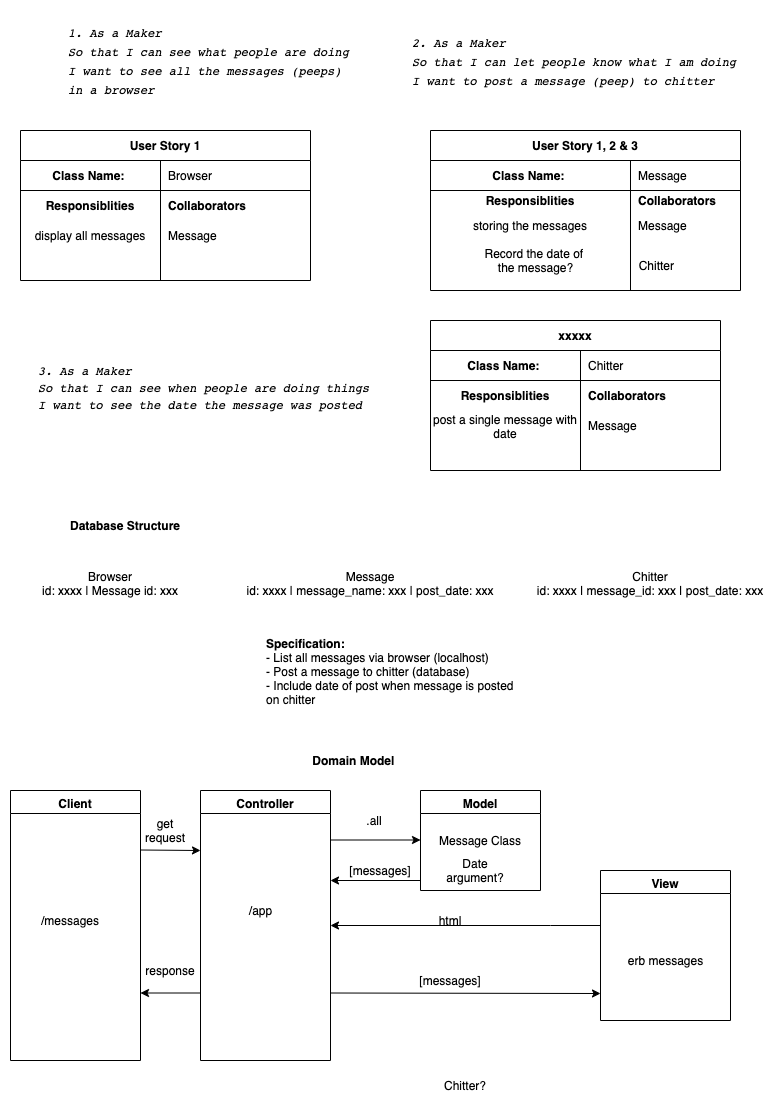
makersacademy/chitter-challenge-apprenticeships keeps this draw.io diagram as diagram.drawio.png. Above is the earlier version. Source tidied: cells renumbered, new cells last; positions are measured from the earlier drawing's top-left corner, leaving out a move shared by most shapes. Source of this version:
```xml
<mxGraphModel>
  <root>
    <mxCell id="0" />
    <mxCell id="1" parent="0" />
    <mxCell id="2" value="User Story 1" style="shape=table;startSize=30;rowLines=0;fontStyle=1;align=center;" parent="1" vertex="1">
      <mxGeometry x="20" y="130" width="290" height="150" as="geometry" />
    </mxCell>
    <mxCell id="3" style="shape=partialRectangle;html=1;whiteSpace=wrap;fillColor=none;top=0;left=0;bottom=1;right=0;" parent="2" vertex="1">
      <mxGeometry y="30" width="290" height="30" as="geometry" />
    </mxCell>
    <mxCell id="4" value="Class Name:&amp;nbsp;" style="shape=partialRectangle;html=1;whiteSpace=wrap;fillColor=none;top=0;left=0;bottom=0;right=0;overflow=hidden;fontStyle=1;" parent="3" vertex="1">
      <mxGeometry width="140" height="30" as="geometry" />
    </mxCell>
    <mxCell id="5" value="Browser" style="shape=partialRectangle;html=1;whiteSpace=wrap;fillColor=none;top=0;left=0;bottom=0;right=0;align=left;spacingLeft=6;overflow=hidden;" parent="3" vertex="1">
      <mxGeometry x="140" width="150" height="30" as="geometry" />
    </mxCell>
    <mxCell id="6" style="shape=partialRectangle;html=1;whiteSpace=wrap;fillColor=none;top=0;left=0;bottom=0;right=0;" parent="2" vertex="1">
      <mxGeometry y="60" width="290" height="30" as="geometry" />
    </mxCell>
    <mxCell id="7" value="Responsiblities" style="shape=partialRectangle;html=1;whiteSpace=wrap;fillColor=none;top=0;left=0;bottom=0;right=0;overflow=hidden;fontStyle=1;" parent="6" vertex="1">
      <mxGeometry width="140" height="30" as="geometry" />
    </mxCell>
    <mxCell id="8" value="Collaborators" style="shape=partialRectangle;html=1;whiteSpace=wrap;fillColor=none;top=0;left=0;bottom=0;right=0;align=left;spacingLeft=6;overflow=hidden;fontStyle=1;" parent="6" vertex="1">
      <mxGeometry x="140" width="150" height="30" as="geometry" />
    </mxCell>
    <mxCell id="9" style="shape=partialRectangle;html=1;whiteSpace=wrap;fillColor=none;top=0;left=0;bottom=0;right=0;" parent="2" vertex="1">
      <mxGeometry y="90" width="290" height="30" as="geometry" />
    </mxCell>
    <mxCell id="10" value="display all messages" style="shape=partialRectangle;html=1;whiteSpace=wrap;fillColor=none;top=0;left=0;bottom=0;right=0;overflow=hidden;" parent="9" vertex="1">
      <mxGeometry width="140" height="30" as="geometry" />
    </mxCell>
    <mxCell id="11" value="Message" style="shape=partialRectangle;html=1;whiteSpace=wrap;fillColor=none;top=0;left=0;bottom=0;right=0;align=left;spacingLeft=6;overflow=hidden;" parent="9" vertex="1">
      <mxGeometry x="140" width="150" height="30" as="geometry" />
    </mxCell>
    <mxCell id="12" value="&lt;pre style=&quot;box-sizing: border-box ; font-size: 13.6px ; margin-top: 0px ; margin-bottom: 16px ; overflow-wrap: normal ; padding: 16px ; overflow: auto ; line-height: 1.45 ; border-radius: 6px ; font-weight: 400 ; letter-spacing: normal ; text-indent: 0px ; text-transform: none ; word-spacing: 0px&quot;&gt;&lt;code style=&quot;box-sizing: border-box ; font-size: 12px ; padding: 0px ; margin: 0px ; background: transparent ; border-radius: 6px ; word-break: normal ; border: 0px ; display: inline ; overflow: visible ; line-height: inherit ; overflow-wrap: normal&quot;&gt;&lt;font color=&quot;#000000&quot; style=&quot;font-size: 12px&quot;&gt;1. As a Maker&lt;br&gt;So that I can see what people are doing&lt;br&gt;I want to see all the messages (peeps)&lt;br&gt;in a browser&lt;/font&gt;&lt;/code&gt;&lt;/pre&gt;" style="text;whiteSpace=wrap;html=1;fontStyle=2;" parent="1" vertex="1">
      <mxGeometry x="50" width="240" height="130" as="geometry" />
    </mxCell>
    <mxCell id="13" value="User Story 1, 2 &amp; 3" style="shape=table;startSize=30;rowLines=0;fontStyle=1;align=center;" parent="1" vertex="1">
      <mxGeometry x="430" y="130" width="310" height="160" as="geometry" />
    </mxCell>
    <mxCell id="14" style="shape=partialRectangle;html=1;whiteSpace=wrap;fillColor=none;top=0;left=0;bottom=1;right=0;" parent="13" vertex="1">
      <mxGeometry y="30" width="310" height="30" as="geometry" />
    </mxCell>
    <mxCell id="15" value="Class Name:&amp;nbsp;" style="shape=partialRectangle;html=1;whiteSpace=wrap;fillColor=none;top=0;left=0;bottom=0;right=0;overflow=hidden;fontStyle=1;" parent="14" vertex="1">
      <mxGeometry width="200" height="30" as="geometry" />
    </mxCell>
    <mxCell id="16" value="Message" style="shape=partialRectangle;html=1;whiteSpace=wrap;fillColor=none;top=0;left=0;bottom=0;right=0;align=left;spacingLeft=6;overflow=hidden;" parent="14" vertex="1">
      <mxGeometry x="200" width="110" height="30" as="geometry" />
    </mxCell>
    <mxCell id="17" style="shape=partialRectangle;html=1;whiteSpace=wrap;fillColor=none;top=0;left=0;bottom=0;right=0;" parent="13" vertex="1">
      <mxGeometry y="60" width="310" height="20" as="geometry" />
    </mxCell>
    <mxCell id="18" value="Responsiblities" style="shape=partialRectangle;html=1;whiteSpace=wrap;fillColor=none;top=0;left=0;bottom=0;right=0;overflow=hidden;fontStyle=1;" parent="17" vertex="1">
      <mxGeometry width="200" height="20" as="geometry" />
    </mxCell>
    <mxCell id="19" value="Collaborators" style="shape=partialRectangle;html=1;whiteSpace=wrap;fillColor=none;top=0;left=0;bottom=0;right=0;align=left;spacingLeft=6;overflow=hidden;fontStyle=1;" parent="17" vertex="1">
      <mxGeometry x="200" width="110" height="20" as="geometry" />
    </mxCell>
    <mxCell id="20" style="shape=partialRectangle;html=1;whiteSpace=wrap;fillColor=none;top=0;left=0;bottom=0;right=0;" parent="13" vertex="1">
      <mxGeometry y="80" width="310" height="30" as="geometry" />
    </mxCell>
    <mxCell id="21" value="storing the messages" style="shape=partialRectangle;html=1;whiteSpace=wrap;fillColor=none;top=0;left=0;bottom=0;right=0;overflow=hidden;" parent="20" vertex="1">
      <mxGeometry width="200" height="30" as="geometry" />
    </mxCell>
    <mxCell id="22" value="Message" style="shape=partialRectangle;html=1;whiteSpace=wrap;fillColor=none;top=0;left=0;bottom=0;right=0;align=left;spacingLeft=6;overflow=hidden;" parent="20" vertex="1">
      <mxGeometry x="200" width="110" height="30" as="geometry" />
    </mxCell>
    <mxCell id="23" value="&lt;pre style=&quot;box-sizing: border-box ; font-size: 13.6px ; margin-top: 0px ; margin-bottom: 16px ; overflow-wrap: normal ; padding: 16px ; overflow: auto ; line-height: 1.45 ; border-radius: 6px ; font-weight: 400 ; letter-spacing: normal ; text-indent: 0px ; text-transform: none ; word-spacing: 0px&quot;&gt;&lt;code style=&quot;box-sizing: border-box ; font-size: 12px ; padding: 0px ; margin: 0px ; background: transparent ; border-radius: 6px ; word-break: normal ; border: 0px ; display: inline ; overflow: visible ; line-height: inherit ; overflow-wrap: normal&quot;&gt;&lt;font color=&quot;#000000&quot; style=&quot;font-size: 12px&quot;&gt;&lt;i&gt;2. As a Maker&lt;br&gt;So that I can let people know what I am doing  &lt;br&gt;I want to post a message (peep) to chitter&lt;/i&gt;&lt;/font&gt;&lt;/code&gt;&lt;/pre&gt;" style="text;whiteSpace=wrap;html=1;fontColor=#000000;" parent="1" vertex="1">
      <mxGeometry x="394" y="10" width="330" height="110" as="geometry" />
    </mxCell>
    <mxCell id="24" value="xxxxx" style="shape=table;startSize=30;rowLines=0;fontStyle=1;align=center;" parent="1" vertex="1">
      <mxGeometry x="430" y="320" width="290" height="150" as="geometry" />
    </mxCell>
    <mxCell id="25" style="shape=partialRectangle;html=1;whiteSpace=wrap;fillColor=none;top=0;left=0;bottom=1;right=0;" parent="24" vertex="1">
      <mxGeometry y="30" width="290" height="30" as="geometry" />
    </mxCell>
    <mxCell id="26" value="Class Name:&amp;nbsp;" style="shape=partialRectangle;html=1;whiteSpace=wrap;fillColor=none;top=0;left=0;bottom=0;right=0;overflow=hidden;fontStyle=1;" parent="25" vertex="1">
      <mxGeometry width="150" height="30" as="geometry" />
    </mxCell>
    <mxCell id="27" value="Chitter&amp;nbsp;" style="shape=partialRectangle;html=1;whiteSpace=wrap;fillColor=none;top=0;left=0;bottom=0;right=0;align=left;spacingLeft=6;overflow=hidden;" parent="25" vertex="1">
      <mxGeometry x="150" width="140" height="30" as="geometry" />
    </mxCell>
    <mxCell id="28" style="shape=partialRectangle;html=1;whiteSpace=wrap;fillColor=none;top=0;left=0;bottom=0;right=0;" parent="24" vertex="1">
      <mxGeometry y="60" width="290" height="30" as="geometry" />
    </mxCell>
    <mxCell id="29" value="Responsiblities" style="shape=partialRectangle;html=1;whiteSpace=wrap;fillColor=none;top=0;left=0;bottom=0;right=0;overflow=hidden;fontStyle=1;" parent="28" vertex="1">
      <mxGeometry width="150" height="30" as="geometry" />
    </mxCell>
    <mxCell id="30" value="Collaborators" style="shape=partialRectangle;html=1;whiteSpace=wrap;fillColor=none;top=0;left=0;bottom=0;right=0;align=left;spacingLeft=6;overflow=hidden;fontStyle=1;" parent="28" vertex="1">
      <mxGeometry x="150" width="140" height="30" as="geometry" />
    </mxCell>
    <mxCell id="31" style="shape=partialRectangle;html=1;whiteSpace=wrap;fillColor=none;top=0;left=0;bottom=0;right=0;" parent="24" vertex="1">
      <mxGeometry y="90" width="290" height="30" as="geometry" />
    </mxCell>
    <mxCell id="32" value="post a single message with&lt;br&gt;date" style="shape=partialRectangle;html=1;whiteSpace=wrap;fillColor=none;top=0;left=0;bottom=0;right=0;overflow=hidden;align=center;" parent="31" vertex="1">
      <mxGeometry width="150" height="30" as="geometry" />
    </mxCell>
    <mxCell id="33" value="Message" style="shape=partialRectangle;html=1;whiteSpace=wrap;fillColor=none;top=0;left=0;bottom=0;right=0;align=left;spacingLeft=6;overflow=hidden;" parent="31" vertex="1">
      <mxGeometry x="150" width="140" height="30" as="geometry" />
    </mxCell>
    <mxCell id="34" value="&amp;nbsp; Chitter" style="shape=partialRectangle;html=1;whiteSpace=wrap;fillColor=none;top=0;left=0;bottom=0;right=0;overflow=hidden;align=left;" parent="1" vertex="1">
      <mxGeometry x="630" y="250" width="50" height="30" as="geometry" />
    </mxCell>
    <mxCell id="35" value="&lt;pre style=&quot;box-sizing: border-box ; margin-top: 0px ; margin-bottom: 16px ; overflow-wrap: normal ; padding: 16px ; overflow: auto ; line-height: 1.45 ; border-radius: 6px ; font-weight: 400 ; letter-spacing: normal ; text-indent: 0px ; text-transform: none ; word-spacing: 0px&quot;&gt;&lt;code style=&quot;box-sizing: border-box ; padding: 0px ; margin: 0px ; background: transparent ; border-radius: 6px ; word-break: normal ; border: 0px ; display: inline ; overflow: visible ; line-height: inherit ; overflow-wrap: normal&quot;&gt;&lt;i&gt;&lt;font color=&quot;#000000&quot;&gt;3. As a Maker&lt;br&gt;So that I can see when people are doing things&lt;br&gt;I want to see the date the message was posted&lt;/font&gt;&lt;/i&gt;&lt;/code&gt;&lt;/pre&gt;" style="text;whiteSpace=wrap;html=1;fontColor=#000000;" parent="1" vertex="1">
      <mxGeometry x="20" y="340" width="160" height="80" as="geometry" />
    </mxCell>
    <mxCell id="36" value="Record the date of &lt;br&gt;the message?" style="text;html=1;align=center;verticalAlign=middle;strokeColor=none;fontColor=#000000;" parent="1" vertex="1">
      <mxGeometry x="480" y="245" width="110" height="30" as="geometry" />
    </mxCell>
    <mxCell id="37" value="&lt;b&gt;Database Structure&lt;/b&gt;" style="text;html=1;strokeColor=none;fillColor=none;align=center;verticalAlign=middle;whiteSpace=wrap;rounded=0;fontColor=#000000;" parent="1" vertex="1">
      <mxGeometry x="40" y="510" width="170" height="30" as="geometry" />
    </mxCell>
    <mxCell id="38" value="Browser&lt;br&gt;id: xxxx | Message id: xxx" style="text;html=1;strokeColor=none;fillColor=none;align=center;verticalAlign=middle;whiteSpace=wrap;rounded=0;fontColor=#000000;" parent="1" vertex="1">
      <mxGeometry y="555" width="220" height="55" as="geometry" />
    </mxCell>
    <mxCell id="39" value="Message&lt;br&gt;id: xxxx | message_name: xxx | post_date: xxx" style="text;html=1;strokeColor=none;fillColor=none;align=center;verticalAlign=middle;whiteSpace=wrap;rounded=0;fontColor=#000000;" parent="1" vertex="1">
      <mxGeometry x="230" y="555" width="280" height="55" as="geometry" />
    </mxCell>
    <mxCell id="40" value="Chitter&lt;br&gt;id: xxxx | message_id: xxx | post_date: xxx" style="text;html=1;strokeColor=none;fillColor=none;align=center;verticalAlign=middle;whiteSpace=wrap;rounded=0;fontColor=#000000;" parent="1" vertex="1">
      <mxGeometry x="530" y="555" width="240" height="55" as="geometry" />
    </mxCell>
    <mxCell id="41" value="&lt;b&gt;Specification:&lt;br&gt;&lt;/b&gt;- List all messages via browser (localhost)&lt;br&gt;- Post a message to chitter (database)&lt;br&gt;- Include date of post when message is posted on chitter" style="text;html=1;strokeColor=none;fillColor=none;align=left;verticalAlign=top;whiteSpace=wrap;rounded=0;fontColor=#000000;" parent="1" vertex="1">
      <mxGeometry x="264" y="630" width="260" height="100" as="geometry" />
    </mxCell>
    <mxCell id="42" value="&lt;b&gt;Domain Model&amp;nbsp;&lt;/b&gt;" style="text;html=1;strokeColor=none;fillColor=none;align=center;verticalAlign=middle;whiteSpace=wrap;rounded=0;fontColor=#000000;" parent="1" vertex="1">
      <mxGeometry x="250" y="750" width="210" height="20" as="geometry" />
    </mxCell>
    <mxCell id="43" value="Client" style="swimlane;fontColor=#000000;align=center;verticalAlign=top;" parent="1" vertex="1">
      <mxGeometry x="10" y="790" width="130" height="270" as="geometry" />
    </mxCell>
    <mxCell id="44" value="/messages" style="text;html=1;strokeColor=none;fillColor=none;align=center;verticalAlign=middle;whiteSpace=wrap;rounded=0;fontColor=#000000;" parent="43" vertex="1">
      <mxGeometry x="40" y="120" width="40" height="20" as="geometry" />
    </mxCell>
    <mxCell id="45" value="Controller" style="swimlane;fontColor=#000000;align=center;verticalAlign=top;" parent="1" vertex="1">
      <mxGeometry x="200" y="790" width="130" height="270" as="geometry" />
    </mxCell>
    <mxCell id="46" value="Model" style="swimlane;fontColor=#000000;align=center;verticalAlign=top;" parent="1" vertex="1">
      <mxGeometry x="420" y="790" width="120" height="100" as="geometry" />
    </mxCell>
    <mxCell id="47" value="Message Class" style="text;html=1;strokeColor=none;fillColor=none;align=center;verticalAlign=middle;whiteSpace=wrap;rounded=0;fontColor=#000000;" parent="46" vertex="1">
      <mxGeometry x="15" y="45" width="90" height="10" as="geometry" />
    </mxCell>
    <mxCell id="48" value="Date argument?" style="text;html=1;strokeColor=none;fillColor=none;align=center;verticalAlign=middle;whiteSpace=wrap;rounded=0;fontColor=#000000;" parent="46" vertex="1">
      <mxGeometry x="20" y="70" width="70" height="20" as="geometry" />
    </mxCell>
    <mxCell id="49" style="edgeStyle=orthogonalEdgeStyle;rounded=0;jettySize=auto;html=1;entryX=1;entryY=0.5;entryDx=0;entryDy=0;fontColor=#000000;" parent="1" edge="1" source="50" target="45">
      <mxGeometry relative="1" as="geometry">
        <Array as="points">
          <mxPoint x="550" y="925" />
          <mxPoint x="550" y="925" />
        </Array>
      </mxGeometry>
    </mxCell>
    <mxCell id="50" value="View" style="swimlane;fontColor=#000000;align=center;verticalAlign=top;" parent="1" vertex="1">
      <mxGeometry x="600" y="870" width="130" height="150" as="geometry" />
    </mxCell>
    <mxCell id="51" value="erb messages" style="text;html=1;align=center;verticalAlign=middle;strokeColor=none;fontColor=#000000;" parent="50" vertex="1">
      <mxGeometry x="20" y="80" width="90" height="20" as="geometry" />
    </mxCell>
    <mxCell id="52" value="/app" style="text;html=1;align=center;verticalAlign=middle;strokeColor=none;fontColor=#000000;" parent="1" vertex="1">
      <mxGeometry x="240" y="900" width="40" height="20" as="geometry" />
    </mxCell>
    <mxCell id="53" style="endArrow=classic;html=1;fontColor=#000000;exitX=1;exitY=0.75;exitDx=0;exitDy=0;" parent="1" edge="1" source="45">
      <mxGeometry relative="1" as="geometry">
        <mxPoint x="600" y="993" as="targetPoint" />
      </mxGeometry>
    </mxCell>
    <mxCell id="54" value="html" style="text;html=1;strokeColor=none;fillColor=none;align=center;verticalAlign=middle;whiteSpace=wrap;rounded=0;fontColor=#000000;" parent="1" vertex="1">
      <mxGeometry x="430" y="910" width="40" height="20" as="geometry" />
    </mxCell>
    <mxCell id="55" value="[messages]" style="text;html=1;strokeColor=none;fillColor=none;align=center;verticalAlign=middle;whiteSpace=wrap;rounded=0;fontColor=#000000;" parent="1" vertex="1">
      <mxGeometry x="430" y="970" width="40" height="20" as="geometry" />
    </mxCell>
    <mxCell id="56" style="endArrow=classic;html=1;fontColor=#000000;" parent="1" edge="1">
      <mxGeometry relative="1" as="geometry">
        <mxPoint x="330" y="839.5" as="sourcePoint" />
        <mxPoint x="420" y="839.5" as="targetPoint" />
      </mxGeometry>
    </mxCell>
    <mxCell id="57" value=".all" style="text;html=1;strokeColor=none;fillColor=none;align=center;verticalAlign=middle;whiteSpace=wrap;rounded=0;fontColor=#000000;" parent="1" vertex="1">
      <mxGeometry x="354" y="810" width="40" height="20" as="geometry" />
    </mxCell>
    <mxCell id="58" style="endArrow=classic;html=1;fontColor=#000000;" parent="1" edge="1">
      <mxGeometry relative="1" as="geometry">
        <mxPoint x="420" y="880" as="sourcePoint" />
        <mxPoint x="330" y="880" as="targetPoint" />
      </mxGeometry>
    </mxCell>
    <mxCell id="59" value="[messages]" style="text;html=1;strokeColor=none;fillColor=none;align=center;verticalAlign=middle;whiteSpace=wrap;rounded=0;fontColor=#000000;" parent="1" vertex="1">
      <mxGeometry x="360" y="860" width="40" height="20" as="geometry" />
    </mxCell>
    <mxCell id="60" style="endArrow=classic;html=1;fontColor=#000000;" parent="1" edge="1">
      <mxGeometry relative="1" as="geometry">
        <mxPoint x="140" y="849.5" as="sourcePoint" />
        <mxPoint x="200" y="850" as="targetPoint" />
      </mxGeometry>
    </mxCell>
    <mxCell id="61" style="endArrow=classic;html=1;fontColor=#000000;exitX=0;exitY=0.75;exitDx=0;exitDy=0;entryX=1;entryY=0.75;entryDx=0;entryDy=0;" parent="1" edge="1" source="45" target="43">
      <mxGeometry relative="1" as="geometry" />
    </mxCell>
    <mxCell id="62" value="get request" style="text;html=1;strokeColor=none;fillColor=none;align=center;verticalAlign=middle;whiteSpace=wrap;rounded=0;fontColor=#000000;" parent="1" vertex="1">
      <mxGeometry x="145" y="820" width="40" height="20" as="geometry" />
    </mxCell>
    <mxCell id="63" value="response" style="text;html=1;strokeColor=none;fillColor=none;align=center;verticalAlign=middle;whiteSpace=wrap;rounded=0;fontColor=#000000;" parent="1" vertex="1">
      <mxGeometry x="150" y="960" width="40" height="20" as="geometry" />
    </mxCell>
    <mxCell id="64" value="Chitter?" style="text;html=1;strokeColor=none;fillColor=none;align=center;verticalAlign=middle;whiteSpace=wrap;rounded=0;fontColor=#000000;" parent="1" vertex="1">
      <mxGeometry x="400" y="1060" width="130" height="50" as="geometry" />
    </mxCell>
  </root>
</mxGraphModel>
```
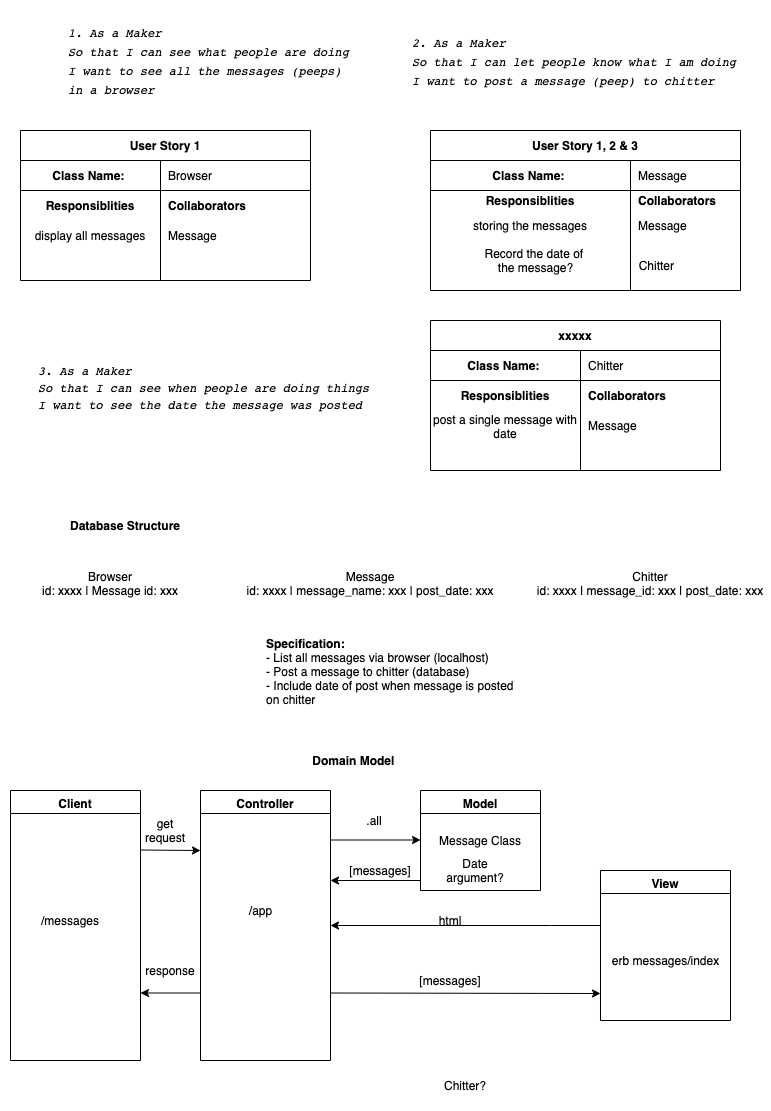
The same diagram one commit later.

Change to the diagram source:
```diff
@@ -154,8 +154,8 @@
     <mxCell id="50" value="View" style="swimlane;fontColor=#000000;align=center;verticalAlign=top;" parent="1" vertex="1">
       <mxGeometry x="600" y="870" width="130" height="150" as="geometry" />
     </mxCell>
-    <mxCell id="51" value="erb messages" style="text;html=1;align=center;verticalAlign=middle;strokeColor=none;fontColor=#000000;" parent="50" vertex="1">
-      <mxGeometry x="20" y="80" width="90" height="20" as="geometry" />
+    <mxCell id="51" value="erb messages/index" style="text;html=1;align=center;verticalAlign=middle;strokeColor=none;fontColor=#000000;" parent="50" vertex="1">
+      <mxGeometry x="5" y="80" width="120" height="20" as="geometry" />
     </mxCell>
     <mxCell id="52" value="/app" style="text;html=1;align=center;verticalAlign=middle;strokeColor=none;fontColor=#000000;" parent="1" vertex="1">
       <mxGeometry x="240" y="900" width="40" height="20" as="geometry" />
```
